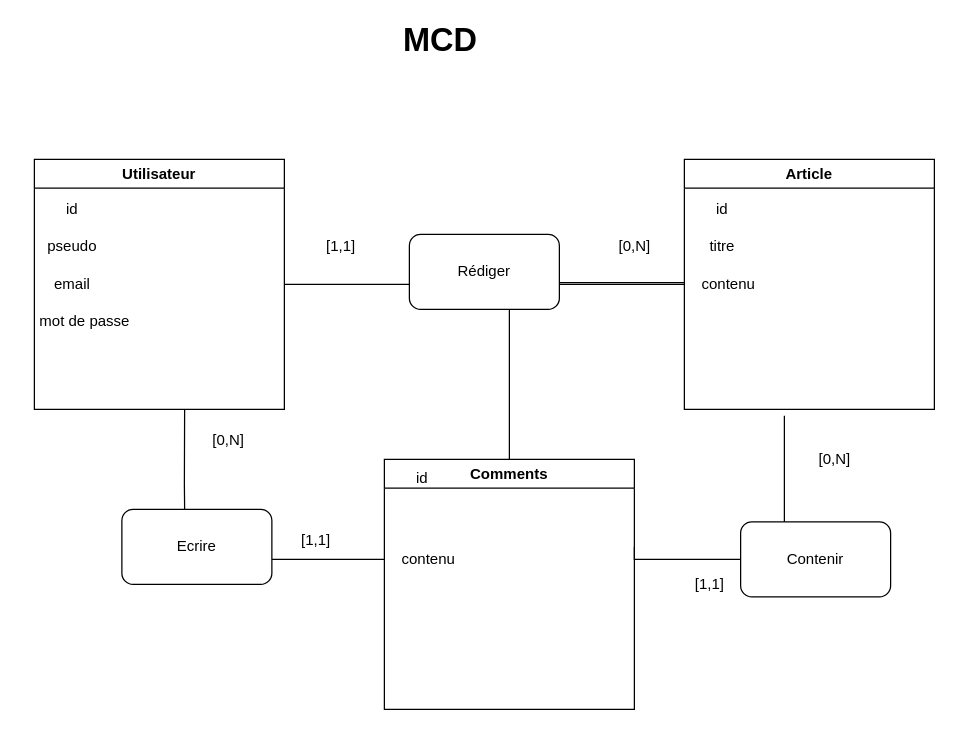
This is _doc/MCD/MCD.drawio from Angelique59212/projet_blog_eval2, a draw.io file, before an edit. Source tidied: cells renumbered, new cells numbered last; positions are measured from the earlier drawing's top-left corner, leaving out a move shared by most shapes. Both pictures are drawn from the tidied source at 125%, with x=0, y=0 at pixel (21, 21).
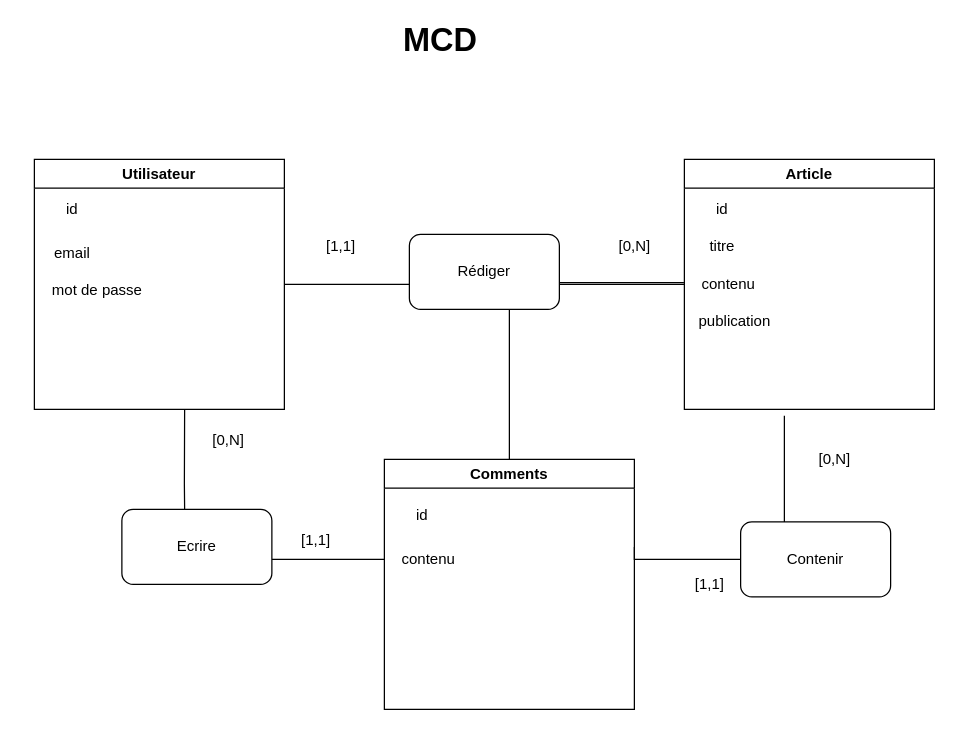
After the change.

The change refers to these unchanged cells:
```xml
<mxCell id="3" value="Utilisateur" style="swimlane;whiteSpace=wrap;html=1;" parent="1" vertex="1">
  <mxGeometry x="10" y="110" width="200" height="200" as="geometry" />
</mxCell>
<mxCell id="5" value="Comments" style="swimlane;whiteSpace=wrap;html=1;" parent="1" vertex="1">
  <mxGeometry x="290" y="350" width="200" height="200" as="geometry" />
</mxCell>
<mxCell id="9" value="Article" style="swimlane;whiteSpace=wrap;html=1;" parent="1" vertex="1">
  <mxGeometry x="530" y="110" width="200" height="200" as="geometry" />
</mxCell>
```

Diff of the diagram source:
```diff
@@
     <mxCell id="4" value="mot de passe" style="text;html=1;align=center;verticalAlign=middle;strokeColor=none;fillColor=none;" parent="3" vertex="1">
-      <mxGeometry x="-10" y="115" width="100" height="30" as="geometry" />
+      <mxGeometry y="90" width="100" height="30" as="geometry" />
     </mxCell>
+    <mxCell id="15" value="email" style="text;html=1;align=center;verticalAlign=middle;strokeColor=none;fillColor=none;" parent="3" vertex="1">
+      <mxGeometry x="5" y="60" width="50" height="30" as="geometry" />
+    </mxCell>
@@
     <mxCell id="7" value="id" style="text;html=1;align=center;verticalAlign=middle;strokeColor=none;fillColor=none;" parent="5" vertex="1">
-      <mxGeometry x="15" width="30" height="30" as="geometry" />
+      <mxGeometry x="15" y="30" width="30" height="30" as="geometry" />
     </mxCell>
@@
+    <mxCell id="31" value="publication" style="text;html=1;align=center;verticalAlign=middle;strokeColor=none;fillColor=none;" parent="9" vertex="1">
+      <mxGeometry y="115" width="80" height="30" as="geometry" />
+    </mxCell>
@@
-    <mxCell id="14" value="pseudo" style="text;html=1;align=center;verticalAlign=middle;strokeColor=none;fillColor=none;" parent="1" vertex="1">
-      <mxGeometry x="10" y="165" width="60" height="30" as="geometry" />
-    </mxCell>
-    <mxCell id="15" value="email" style="text;html=1;align=center;verticalAlign=middle;strokeColor=none;fillColor=none;" parent="1" vertex="1">
-      <mxGeometry x="15" y="195" width="50" height="30" as="geometry" />
-    </mxCell>
```
